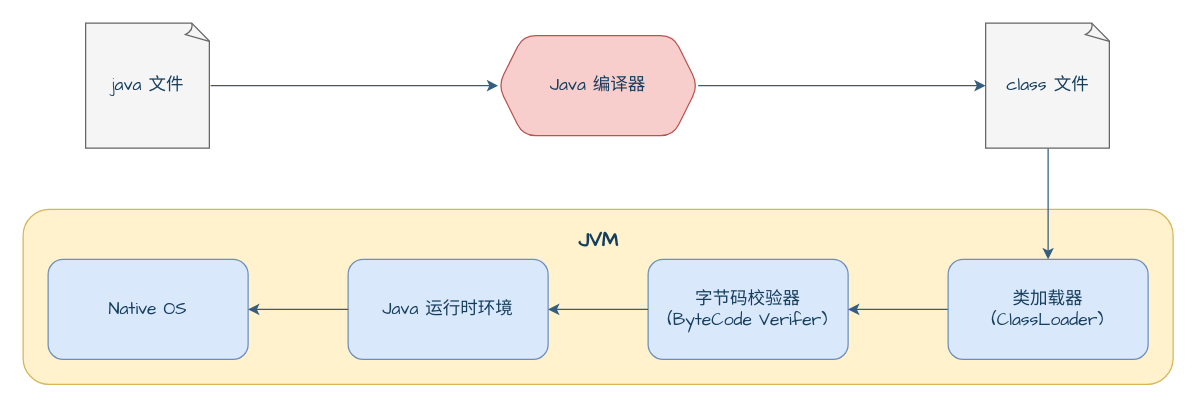
This is page "字节码构建" (2 of 2) of assets/Java/JavaCore/JVM/Java虚拟机之字节码.drawio from dunwu/waterdrop, a draw.io file, before an edit. Source tidied: cells renumbered, new cells numbered last; positions are measured from the earlier drawing's top-left corner, leaving out a move shared by most shapes. Both pictures are drawn from the tidied source at 125%, with x=0, y=0 at pixel (22, 22).
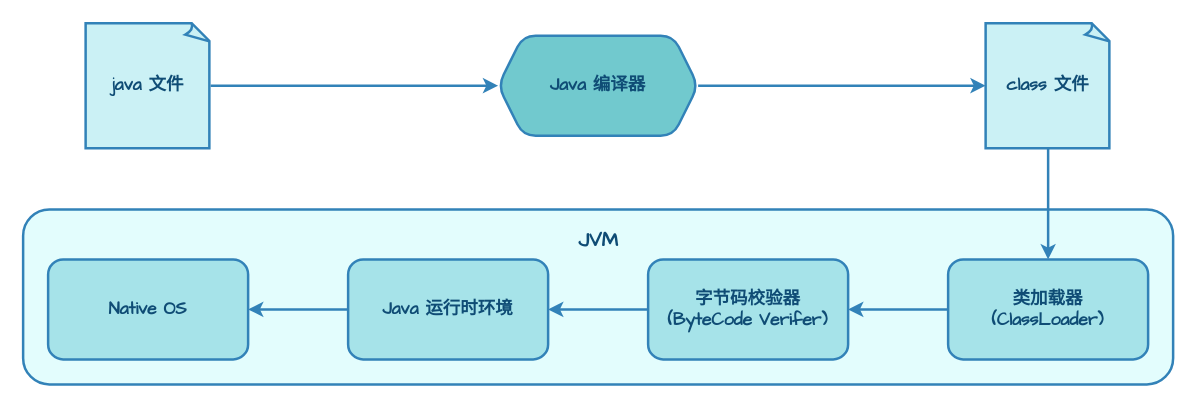
The same diagram, later.

The edit, as a diff of the source:
```diff
@@
 <mxGraphModel>
   <root>
     <mxCell id="0" />
     <mxCell id="1" parent="0" />
-    <mxCell id="2" style="rounded=1;whiteSpace=wrap;html=1;fontSize=14;fillColor=#fff2cc;strokeColor=#d6b656;shadow=0;fontColor=#153E5D;fontFamily=Comic Sans MS;" parent="1" vertex="1">
+    <mxCell id="2" style="rounded=1;whiteSpace=wrap;html=1;fontSize=14;fillColor=#E3FDFD;strokeColor=#3282B8;shadow=0;fontColor=#0F4C75;fontFamily=Comic Sans MS;strokeWidth=2;fontStyle=1;" parent="1" vertex="1">
       <mxGeometry y="149" width="920" height="140" as="geometry" />
     </mxCell>
-    <mxCell id="3" value="&lt;div style=&quot;font-size: 14px;&quot;&gt;&lt;div style=&quot;font-size: 14px;&quot;&gt;字节码校验器&lt;/div&gt;&lt;div style=&quot;font-size: 14px;&quot;&gt;(ByteCode Verifer)&lt;/div&gt;&lt;/div&gt;" style="rounded=1;whiteSpace=wrap;html=1;fontSize=14;fillColor=#dae8fc;strokeColor=#6c8ebf;shadow=0;fontColor=#153E5D;fontFamily=Comic Sans MS;" parent="1" vertex="1">
+    <mxCell id="3" value="&lt;div style=&quot;font-size: 14px;&quot;&gt;&lt;div style=&quot;font-size: 14px;&quot;&gt;字节码校验器&lt;/div&gt;&lt;div style=&quot;font-size: 14px;&quot;&gt;(ByteCode Verifer)&lt;/div&gt;&lt;/div&gt;" style="rounded=1;whiteSpace=wrap;html=1;fontSize=14;fillColor=#A6E3E9;strokeColor=#3282B8;shadow=0;fontColor=#0F4C75;fontFamily=Comic Sans MS;strokeWidth=2;fontStyle=1;" parent="1" vertex="1">
       <mxGeometry x="500" y="189" width="160" height="80" as="geometry" />
     </mxCell>
-    <mxCell id="4" style="edgeStyle=orthogonalEdgeStyle;rounded=0;jettySize=auto;html=1;fontSize=14;fillColor=#f5f5f5;strokeColor=#355E7E;fontColor=#153E5D;fontFamily=Comic Sans MS;" parent="1" edge="1" source="5" target="3">
+    <mxCell id="4" style="edgeStyle=orthogonalEdgeStyle;rounded=0;jettySize=auto;html=1;fontSize=14;fillColor=#f5f5f5;strokeColor=#3282B8;fontColor=#0F4C75;fontFamily=Comic Sans MS;strokeWidth=2;fontStyle=1;" parent="1" edge="1" source="5" target="3">
       <mxGeometry relative="1" as="geometry" />
     </mxCell>
-    <mxCell id="5" value="&lt;div style=&quot;font-size: 14px;&quot;&gt;&lt;div style=&quot;font-size: 14px;&quot;&gt;&lt;div style=&quot;border-color: var(--border-color); font-size: 14px;&quot;&gt;类加载器&lt;/div&gt;&lt;div style=&quot;border-color: var(--border-color); font-size: 14px;&quot;&gt;(ClassLoader)&lt;/div&gt;&lt;/div&gt;&lt;/div&gt;" style="rounded=1;whiteSpace=wrap;html=1;fontSize=14;fillColor=#dae8fc;strokeColor=#6c8ebf;shadow=0;fontColor=#153E5D;fontFamily=Comic Sans MS;" parent="1" vertex="1">
+    <mxCell id="5" value="&lt;div style=&quot;font-size: 14px;&quot;&gt;&lt;div style=&quot;font-size: 14px;&quot;&gt;&lt;div style=&quot;border-color: var(--border-color); font-size: 14px;&quot;&gt;类加载器&lt;/div&gt;&lt;div style=&quot;border-color: var(--border-color); font-size: 14px;&quot;&gt;(ClassLoader)&lt;/div&gt;&lt;/div&gt;&lt;/div&gt;" style="rounded=1;whiteSpace=wrap;html=1;fontSize=14;fillColor=#A6E3E9;strokeColor=#3282B8;shadow=0;fontColor=#0F4C75;fontFamily=Comic Sans MS;strokeWidth=2;fontStyle=1;" parent="1" vertex="1">
       <mxGeometry x="740" y="189" width="160" height="80" as="geometry" />
     </mxCell>
-    <mxCell id="6" value="Java 运行时环境" style="rounded=1;whiteSpace=wrap;html=1;fontSize=14;fillColor=#dae8fc;strokeColor=#6c8ebf;shadow=0;fontColor=#153E5D;fontFamily=Comic Sans MS;" parent="1" vertex="1">
+    <mxCell id="6" value="Java 运行时环境" style="rounded=1;whiteSpace=wrap;html=1;fontSize=14;fillColor=#A6E3E9;strokeColor=#3282B8;shadow=0;fontColor=#0F4C75;fontFamily=Comic Sans MS;strokeWidth=2;fontStyle=1;" parent="1" vertex="1">
       <mxGeometry x="260" y="189" width="160" height="80" as="geometry" />
     </mxCell>
-    <mxCell id="7" style="edgeStyle=orthogonalEdgeStyle;rounded=0;jettySize=auto;html=1;fontSize=14;fillColor=#f5f5f5;strokeColor=#355E7E;fontColor=#153E5D;fontFamily=Comic Sans MS;" parent="1" edge="1" source="3" target="6">
+    <mxCell id="7" style="edgeStyle=orthogonalEdgeStyle;rounded=0;jettySize=auto;html=1;fontSize=14;fillColor=#f5f5f5;strokeColor=#3282B8;fontColor=#0F4C75;fontFamily=Comic Sans MS;strokeWidth=2;fontStyle=1;" parent="1" edge="1" source="3" target="6">
       <mxGeometry relative="1" as="geometry" />
     </mxCell>
-    <mxCell id="8" value="Native OS" style="rounded=1;whiteSpace=wrap;html=1;fontSize=14;fillColor=#dae8fc;strokeColor=#6c8ebf;shadow=0;fontColor=#153E5D;fontFamily=Comic Sans MS;" parent="1" vertex="1">
+    <mxCell id="8" value="Native OS" style="rounded=1;whiteSpace=wrap;html=1;fontSize=14;fillColor=#A6E3E9;strokeColor=#3282B8;shadow=0;fontColor=#0F4C75;fontFamily=Comic Sans MS;strokeWidth=2;fontStyle=1;" parent="1" vertex="1">
       <mxGeometry x="20" y="189" width="160" height="80" as="geometry" />
     </mxCell>
-    <mxCell id="9" style="edgeStyle=orthogonalEdgeStyle;rounded=0;jettySize=auto;html=1;fontSize=14;fillColor=#f5f5f5;strokeColor=#355E7E;fontColor=#153E5D;fontFamily=Comic Sans MS;" parent="1" edge="1" source="6" target="8">
+    <mxCell id="9" style="edgeStyle=orthogonalEdgeStyle;rounded=0;jettySize=auto;html=1;fontSize=14;fillColor=#f5f5f5;strokeColor=#3282B8;fontColor=#0F4C75;fontFamily=Comic Sans MS;strokeWidth=2;fontStyle=1;" parent="1" edge="1" source="6" target="8">
       <mxGeometry relative="1" as="geometry" />
     </mxCell>
-    <mxCell id="10" value="java 文件" style="whiteSpace=wrap;html=1;shape=mxgraph.basic.document;rounded=1;strokeColor=#666666;align=center;verticalAlign=middle;fontFamily=Comic Sans MS;fontSize=14;fontColor=#153E5D;fillColor=#f5f5f5;shadow=0;" parent="1" vertex="1">
+    <mxCell id="10" value="java 文件" style="whiteSpace=wrap;html=1;shape=mxgraph.basic.document;rounded=1;strokeColor=#3282B8;align=center;verticalAlign=middle;fontFamily=Comic Sans MS;fontSize=14;fontColor=#0F4C75;fillColor=#CBF1F5;shadow=0;strokeWidth=2;fontStyle=1;" parent="1" vertex="1">
       <mxGeometry x="50" width="100" height="100" as="geometry" />
     </mxCell>
-    <mxCell id="11" style="edgeStyle=orthogonalEdgeStyle;jettySize=auto;html=1;entryX=0.5;entryY=0;entryDx=0;entryDy=0;curved=1;fillColor=#f5f5f5;strokeColor=#355E7E;fontColor=#153E5D;fontFamily=Comic Sans MS;" parent="1" edge="1" source="12" target="5">
+    <mxCell id="11" style="edgeStyle=orthogonalEdgeStyle;jettySize=auto;html=1;entryX=0.5;entryY=0;entryDx=0;entryDy=0;curved=1;fillColor=#f5f5f5;strokeColor=#3282B8;fontColor=#0F4C75;fontFamily=Comic Sans MS;strokeWidth=2;fontStyle=1;" parent="1" edge="1" source="12" target="5">
       <mxGeometry relative="1" as="geometry" />
     </mxCell>
-    <mxCell id="12" value="class 文件" style="whiteSpace=wrap;html=1;shape=mxgraph.basic.document;rounded=1;strokeColor=#666666;align=center;verticalAlign=middle;fontFamily=Comic Sans MS;fontSize=14;fontColor=#153E5D;fillColor=#f5f5f5;shadow=0;" parent="1" vertex="1">
+    <mxCell id="12" value="class 文件" style="whiteSpace=wrap;html=1;shape=mxgraph.basic.document;rounded=1;strokeColor=#3282B8;align=center;verticalAlign=middle;fontFamily=Comic Sans MS;fontSize=14;fontColor=#0F4C75;fillColor=#CBF1F5;shadow=0;strokeWidth=2;fontStyle=1;" parent="1" vertex="1">
       <mxGeometry x="770" width="100" height="100" as="geometry" />
     </mxCell>
-    <mxCell id="13" style="edgeStyle=orthogonalEdgeStyle;rounded=0;jettySize=auto;html=1;fillColor=#f5f5f5;strokeColor=#355E7E;fontColor=#153E5D;fontFamily=Comic Sans MS;" parent="1" edge="1" source="14" target="12">
+    <mxCell id="13" style="edgeStyle=orthogonalEdgeStyle;rounded=0;jettySize=auto;html=1;fillColor=#f5f5f5;strokeColor=#3282B8;fontColor=#0F4C75;fontFamily=Comic Sans MS;strokeWidth=2;fontStyle=1;" parent="1" edge="1" source="14" target="12">
       <mxGeometry relative="1" as="geometry" />
     </mxCell>
-    <mxCell id="14" value="Java 编译器" style="shape=hexagon;perimeter=hexagonPerimeter2;whiteSpace=wrap;html=1;fixedSize=1;fontSize=14;fillColor=#f8cecc;strokeColor=#b85450;rounded=1;shadow=0;fontColor=#153E5D;fontFamily=Comic Sans MS;" parent="1" vertex="1">
+    <mxCell id="14" value="Java 编译器" style="shape=hexagon;perimeter=hexagonPerimeter2;whiteSpace=wrap;html=1;fixedSize=1;fontSize=14;fillColor=#71C9CE;strokeColor=#3282B8;rounded=1;shadow=0;fontColor=#0F4C75;fontFamily=Comic Sans MS;strokeWidth=2;fontStyle=1;" parent="1" vertex="1">
       <mxGeometry x="380" y="10" width="160" height="80" as="geometry" />
     </mxCell>
-    <mxCell id="15" style="edgeStyle=orthogonalEdgeStyle;rounded=0;jettySize=auto;html=1;fillColor=#f5f5f5;strokeColor=#355E7E;fontColor=#153E5D;fontFamily=Comic Sans MS;" parent="1" edge="1" source="10" target="14">
+    <mxCell id="15" style="edgeStyle=orthogonalEdgeStyle;rounded=0;jettySize=auto;html=1;fillColor=#f5f5f5;strokeColor=#3282B8;fontColor=#0F4C75;fontFamily=Comic Sans MS;strokeWidth=2;fontStyle=1;" parent="1" edge="1" source="10" target="14">
       <mxGeometry relative="1" as="geometry" />
     </mxCell>
-    <mxCell id="16" value="JVM" style="text;html=1;align=center;verticalAlign=middle;strokeColor=none;fillColor=none;fontSize=16;fontStyle=1;fontColor=#153E5D;fontFamily=Comic Sans MS;" parent="1" vertex="1">
+    <mxCell id="16" value="JVM" style="text;html=1;align=center;verticalAlign=middle;strokeColor=none;fillColor=none;fontSize=16;fontStyle=1;fontColor=#0F4C75;fontFamily=Comic Sans MS;strokeWidth=2;" parent="1" vertex="1">
       <mxGeometry x="430" y="159" width="60" height="30" as="geometry" />
     </mxCell>
   </root>
 </mxGraphModel>
```
